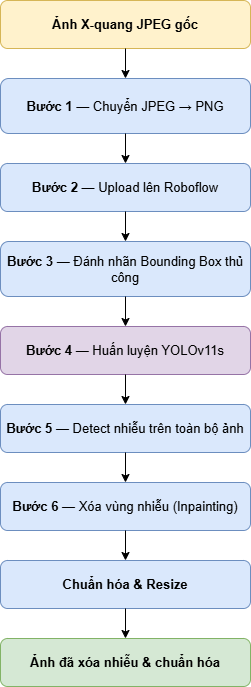
Above: Report/images/preprocessing_pipeline.png in ThongLuc2k3/PGA_Unet2D (draw.io), before the change. Source tidied: cells renumbered, new cells last; positions are measured from the earlier drawing's top-left corner, leaving out a move shared by most shapes. The source it was exported from:
```xml
<mxGraphModel>
  <root>
    <mxCell id="0" />
    <mxCell id="1" parent="0" />
    <mxCell id="2" value="&lt;b&gt;Ảnh X-quang JPEG gốc&lt;/b&gt;" style="rounded=1;whiteSpace=wrap;html=1;fillColor=#fff2cc;strokeColor=#d6b656;fontSize=13;" parent="1" vertex="1">
      <mxGeometry width="250" height="48" as="geometry" />
    </mxCell>
    <mxCell id="3" value="&lt;b&gt;Bước 1&lt;/b&gt; — Chuyển JPEG → PNG" style="rounded=1;whiteSpace=wrap;html=1;fillColor=#dae8fc;strokeColor=#6c8ebf;fontSize=13;" parent="1" vertex="1">
      <mxGeometry y="78" width="250" height="55" as="geometry" />
    </mxCell>
    <mxCell id="4" value="&lt;b&gt;Bước 2&lt;/b&gt; — Upload lên Roboflow" style="rounded=1;whiteSpace=wrap;html=1;fillColor=#dae8fc;strokeColor=#6c8ebf;fontSize=13;" parent="1" vertex="1">
      <mxGeometry y="163" width="250" height="48" as="geometry" />
    </mxCell>
    <mxCell id="5" value="&lt;b&gt;Bước 3&lt;/b&gt; — Đánh nhãn Bounding Box thủ công" style="rounded=1;whiteSpace=wrap;html=1;fillColor=#dae8fc;strokeColor=#6c8ebf;fontSize=13;" parent="1" vertex="1">
      <mxGeometry y="241" width="250" height="55" as="geometry" />
    </mxCell>
    <mxCell id="6" value="&lt;b&gt;Bước 4&lt;/b&gt; — Huấn luyện YOLOv11s" style="rounded=1;whiteSpace=wrap;html=1;fillColor=#e1d5e7;strokeColor=#9673a6;fontSize=13;" parent="1" vertex="1">
      <mxGeometry y="326" width="250" height="48" as="geometry" />
    </mxCell>
    <mxCell id="7" value="&lt;b&gt;Bước 5&lt;/b&gt; — Detect nhiễu trên toàn bộ ảnh" style="rounded=1;whiteSpace=wrap;html=1;fillColor=#dae8fc;strokeColor=#6c8ebf;fontSize=13;" parent="1" vertex="1">
      <mxGeometry y="404" width="250" height="48" as="geometry" />
    </mxCell>
    <mxCell id="8" value="&lt;b&gt;Bước 6&lt;/b&gt; — Xóa vùng nhiễu (Inpainting)" style="rounded=1;whiteSpace=wrap;html=1;fillColor=#dae8fc;strokeColor=#6c8ebf;fontSize=13;" parent="1" vertex="1">
      <mxGeometry y="482" width="250" height="48" as="geometry" />
    </mxCell>
    <mxCell id="9" value="&lt;b&gt;Chuẩn hóa &amp; Resize&lt;/b&gt;" style="rounded=1;whiteSpace=wrap;html=1;fillColor=#dae8fc;strokeColor=#6c8ebf;fontSize=13;" parent="1" vertex="1">
      <mxGeometry y="560" width="250" height="48" as="geometry" />
    </mxCell>
    <mxCell id="10" value="&lt;b&gt;Ảnh đã xóa nhiễu &amp; chuẩn hóa&lt;/b&gt;" style="rounded=1;whiteSpace=wrap;html=1;fillColor=#d5e8d4;strokeColor=#82b366;fontSize=13;" parent="1" vertex="1">
      <mxGeometry y="638" width="250" height="48" as="geometry" />
    </mxCell>
    <mxCell id="11" style="edgeStyle=orthogonalEdgeStyle;" parent="1" edge="1" source="2" target="3">
      <mxGeometry relative="1" as="geometry" />
    </mxCell>
    <mxCell id="12" style="edgeStyle=orthogonalEdgeStyle;" parent="1" edge="1" source="3" target="4">
      <mxGeometry relative="1" as="geometry" />
    </mxCell>
    <mxCell id="13" style="edgeStyle=orthogonalEdgeStyle;" parent="1" edge="1" source="4" target="5">
      <mxGeometry relative="1" as="geometry" />
    </mxCell>
    <mxCell id="14" style="edgeStyle=orthogonalEdgeStyle;" parent="1" edge="1" source="5" target="6">
      <mxGeometry relative="1" as="geometry" />
    </mxCell>
    <mxCell id="15" style="edgeStyle=orthogonalEdgeStyle;" parent="1" edge="1" source="6" target="7">
      <mxGeometry relative="1" as="geometry" />
    </mxCell>
    <mxCell id="16" style="edgeStyle=orthogonalEdgeStyle;" parent="1" edge="1" source="7" target="8">
      <mxGeometry relative="1" as="geometry" />
    </mxCell>
    <mxCell id="17" style="edgeStyle=orthogonalEdgeStyle;" parent="1" edge="1" source="8" target="9">
      <mxGeometry relative="1" as="geometry" />
    </mxCell>
    <mxCell id="18" style="edgeStyle=orthogonalEdgeStyle;" parent="1" edge="1" source="9" target="10">
      <mxGeometry relative="1" as="geometry" />
    </mxCell>
  </root>
</mxGraphModel>
```
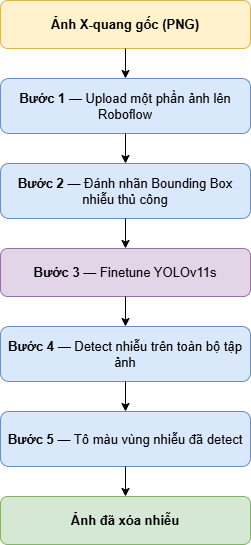
After the change.

What changed in the source:
```diff
@@ -2,32 +2,26 @@
   <root>
     <mxCell id="0" />
     <mxCell id="1" parent="0" />
-    <mxCell id="2" value="&lt;b&gt;Ảnh X-quang JPEG gốc&lt;/b&gt;" style="rounded=1;whiteSpace=wrap;html=1;fillColor=#fff2cc;strokeColor=#d6b656;fontSize=13;" parent="1" vertex="1">
+    <mxCell id="2" value="&lt;b&gt;Ảnh X-quang gốc (PNG)&lt;/b&gt;" style="rounded=1;whiteSpace=wrap;html=1;fillColor=#fff2cc;strokeColor=#d6b656;fontSize=13;" parent="1" vertex="1">
       <mxGeometry width="250" height="48" as="geometry" />
     </mxCell>
-    <mxCell id="3" value="&lt;b&gt;Bước 1&lt;/b&gt; — Chuyển JPEG → PNG" style="rounded=1;whiteSpace=wrap;html=1;fillColor=#dae8fc;strokeColor=#6c8ebf;fontSize=13;" parent="1" vertex="1">
+    <mxCell id="3" value="&lt;b&gt;Bước 1&lt;/b&gt; — Upload một phần ảnh lên Roboflow" style="rounded=1;whiteSpace=wrap;html=1;fillColor=#dae8fc;strokeColor=#6c8ebf;fontSize=13;" parent="1" vertex="1">
       <mxGeometry y="78" width="250" height="55" as="geometry" />
     </mxCell>
-    <mxCell id="4" value="&lt;b&gt;Bước 2&lt;/b&gt; — Upload lên Roboflow" style="rounded=1;whiteSpace=wrap;html=1;fillColor=#dae8fc;strokeColor=#6c8ebf;fontSize=13;" parent="1" vertex="1">
-      <mxGeometry y="163" width="250" height="48" as="geometry" />
+    <mxCell id="4" value="&lt;b&gt;Bước 2&lt;/b&gt; — Đánh nhãn Bounding Box nhiễu thủ công" style="rounded=1;whiteSpace=wrap;html=1;fillColor=#dae8fc;strokeColor=#6c8ebf;fontSize=13;" parent="1" vertex="1">
+      <mxGeometry y="163" width="250" height="55" as="geometry" />
     </mxCell>
-    <mxCell id="5" value="&lt;b&gt;Bước 3&lt;/b&gt; — Đánh nhãn Bounding Box thủ công" style="rounded=1;whiteSpace=wrap;html=1;fillColor=#dae8fc;strokeColor=#6c8ebf;fontSize=13;" parent="1" vertex="1">
-      <mxGeometry y="241" width="250" height="55" as="geometry" />
+    <mxCell id="5" value="&lt;b&gt;Bước 3&lt;/b&gt; — Finetune YOLOv11s" style="rounded=1;whiteSpace=wrap;html=1;fillColor=#e1d5e7;strokeColor=#9673a6;fontSize=13;" parent="1" vertex="1">
+      <mxGeometry y="248" width="250" height="48" as="geometry" />
     </mxCell>
-    <mxCell id="6" value="&lt;b&gt;Bước 4&lt;/b&gt; — Huấn luyện YOLOv11s" style="rounded=1;whiteSpace=wrap;html=1;fillColor=#e1d5e7;strokeColor=#9673a6;fontSize=13;" parent="1" vertex="1">
-      <mxGeometry y="326" width="250" height="48" as="geometry" />
+    <mxCell id="6" value="&lt;b&gt;Bước 4&lt;/b&gt; — Detect nhiễu trên toàn bộ tập ảnh" style="rounded=1;whiteSpace=wrap;html=1;fillColor=#dae8fc;strokeColor=#6c8ebf;fontSize=13;" parent="1" vertex="1">
+      <mxGeometry y="326" width="250" height="55" as="geometry" />
     </mxCell>
-    <mxCell id="7" value="&lt;b&gt;Bước 5&lt;/b&gt; — Detect nhiễu trên toàn bộ ảnh" style="rounded=1;whiteSpace=wrap;html=1;fillColor=#dae8fc;strokeColor=#6c8ebf;fontSize=13;" parent="1" vertex="1">
-      <mxGeometry y="404" width="250" height="48" as="geometry" />
+    <mxCell id="7" value="&lt;b&gt;Bước 5&lt;/b&gt; — Tô màu vùng nhiễu đã detect" style="rounded=1;whiteSpace=wrap;html=1;fillColor=#dae8fc;strokeColor=#6c8ebf;fontSize=13;" parent="1" vertex="1">
+      <mxGeometry y="411" width="250" height="55" as="geometry" />
     </mxCell>
-    <mxCell id="8" value="&lt;b&gt;Bước 6&lt;/b&gt; — Xóa vùng nhiễu (Inpainting)" style="rounded=1;whiteSpace=wrap;html=1;fillColor=#dae8fc;strokeColor=#6c8ebf;fontSize=13;" parent="1" vertex="1">
-      <mxGeometry y="482" width="250" height="48" as="geometry" />
-    </mxCell>
-    <mxCell id="9" value="&lt;b&gt;Chuẩn hóa &amp; Resize&lt;/b&gt;" style="rounded=1;whiteSpace=wrap;html=1;fillColor=#dae8fc;strokeColor=#6c8ebf;fontSize=13;" parent="1" vertex="1">
-      <mxGeometry y="560" width="250" height="48" as="geometry" />
-    </mxCell>
-    <mxCell id="10" value="&lt;b&gt;Ảnh đã xóa nhiễu &amp; chuẩn hóa&lt;/b&gt;" style="rounded=1;whiteSpace=wrap;html=1;fillColor=#d5e8d4;strokeColor=#82b366;fontSize=13;" parent="1" vertex="1">
-      <mxGeometry y="638" width="250" height="48" as="geometry" />
+    <mxCell id="10" value="&lt;b&gt;Ảnh đã xóa nhiễu&lt;/b&gt;" style="rounded=1;whiteSpace=wrap;html=1;fillColor=#d5e8d4;strokeColor=#82b366;fontSize=13;" parent="1" vertex="1">
+      <mxGeometry y="496" width="250" height="48" as="geometry" />
     </mxCell>
     <mxCell id="11" style="edgeStyle=orthogonalEdgeStyle;" parent="1" edge="1" source="2" target="3">
       <mxGeometry relative="1" as="geometry" />
@@ -44,14 +38,8 @@
     <mxCell id="15" style="edgeStyle=orthogonalEdgeStyle;" parent="1" edge="1" source="6" target="7">
       <mxGeometry relative="1" as="geometry" />
     </mxCell>
-    <mxCell id="16" style="edgeStyle=orthogonalEdgeStyle;" parent="1" edge="1" source="7" target="8">
+    <mxCell id="16" style="edgeStyle=orthogonalEdgeStyle;" parent="1" edge="1" source="7" target="10">
       <mxGeometry relative="1" as="geometry" />
     </mxCell>
-    <mxCell id="17" style="edgeStyle=orthogonalEdgeStyle;" parent="1" edge="1" source="8" target="9">
-      <mxGeometry relative="1" as="geometry" />
-    </mxCell>
-    <mxCell id="18" style="edgeStyle=orthogonalEdgeStyle;" parent="1" edge="1" source="9" target="10">
-      <mxGeometry relative="1" as="geometry" />
-    </mxCell>
   </root>
 </mxGraphModel>
```
